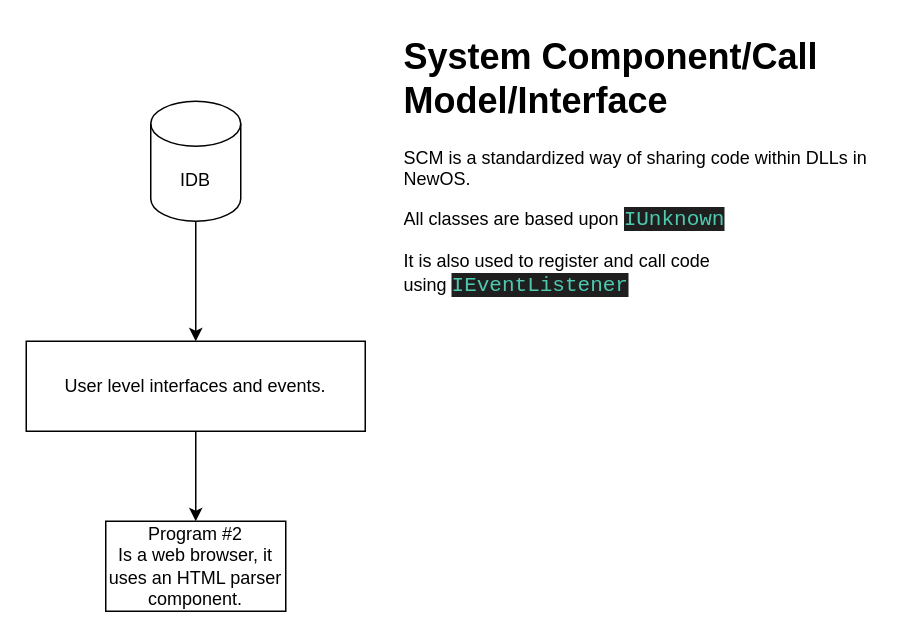
Above: dev/SCI/scm-design.drawio in nekernel-org/nekernel (draw.io), before the change. Source tidied: cells renumbered, new cells numbered last; positions are measured from the earlier drawing's top-left corner, leaving out a move shared by most shapes. Both pictures are drawn from the tidied source at 150%, with x=0, y=0 at pixel (26, 26).
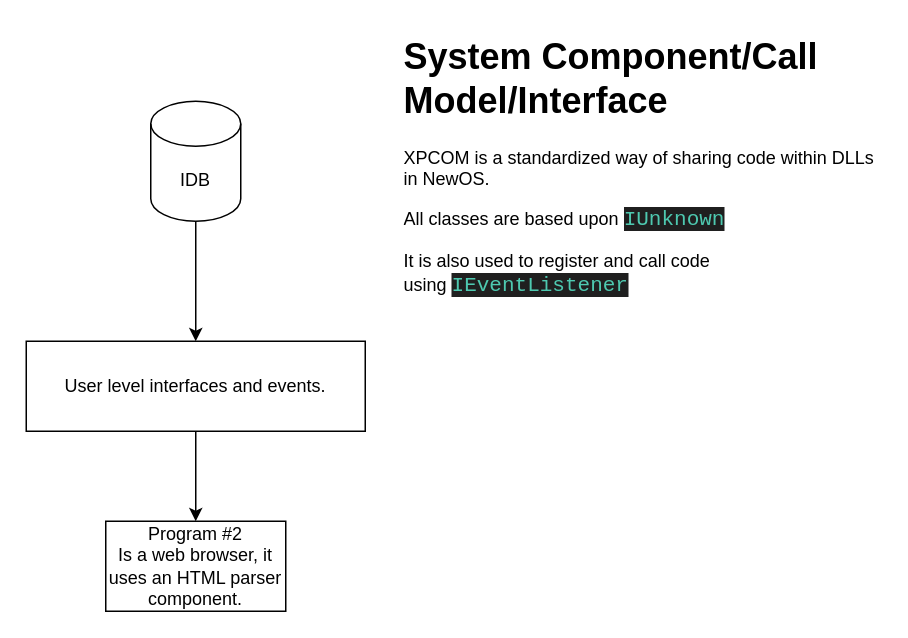
The same page after the edit.

The edit, as a diff of the source:
```diff
@@
 <mxGraphModel>
   <root>
     <mxCell id="0" />
     <mxCell id="1" parent="0" />
     <mxCell id="2" style="edgeStyle=orthogonalEdgeStyle;rounded=0;jettySize=auto;html=1;exitX=0.5;exitY=1;exitDx=0;exitDy=0;entryX=0.5;entryY=0;entryDx=0;entryDy=0;" parent="1" edge="1" source="3" target="6">
       <mxGeometry relative="1" as="geometry" />
     </mxCell>
     <mxCell id="3" value="User level interfaces and events." style="rounded=0;whiteSpace=wrap;html=1;" parent="1" vertex="1">
       <mxGeometry y="210" width="226" height="60" as="geometry" />
     </mxCell>
     <mxCell id="4" style="edgeStyle=orthogonalEdgeStyle;rounded=0;jettySize=auto;html=1;" parent="1" edge="1" source="5" target="3">
       <mxGeometry relative="1" as="geometry" />
     </mxCell>
     <mxCell id="5" value="IDB" style="shape=cylinder3;whiteSpace=wrap;html=1;boundedLbl=1;backgroundOutline=1;size=15;" parent="1" vertex="1">
       <mxGeometry x="83" y="50" width="60" height="80" as="geometry" />
     </mxCell>
     <mxCell id="6" value="Program #2&lt;div&gt;Is a web browser, it uses an HTML parser component.&lt;/div&gt;" style="rounded=0;whiteSpace=wrap;html=1;" parent="1" vertex="1">
       <mxGeometry x="53" y="330" width="120" height="60" as="geometry" />
     </mxCell>
-    <mxCell id="7" value="&lt;h1 style=&quot;margin-top: 0px;&quot;&gt;System Component/Call Model/Interface&lt;/h1&gt;&lt;p&gt;SCM is a standardized way of sharing code within DLLs in NewOS.&lt;/p&gt;&lt;p&gt;All classes are based upon&amp;nbsp;&lt;span style=&quot;color: rgb(78, 201, 176); background-color: rgb(31, 31, 31); font-family: Consolas, &amp;quot;Courier New&amp;quot;, monospace; font-size: 14px;&quot;&gt;IUnknown&lt;/span&gt;&lt;/p&gt;&lt;p&gt;It is also used to register and call code using&amp;nbsp;&lt;span style=&quot;color: rgb(78, 201, 176); background-color: rgb(31, 31, 31); font-family: Consolas, &amp;quot;Courier New&amp;quot;, monospace; font-size: 14px;&quot;&gt;IEventListener&lt;/span&gt;&lt;/p&gt;" style="text;html=1;whiteSpace=wrap;overflow=hidden;rounded=0;" parent="1" vertex="1">
+    <mxCell id="7" value="&lt;h1 style=&quot;margin-top: 0px;&quot;&gt;System Component/Call Model/Interface&lt;/h1&gt;&lt;p&gt;XPCOM is a standardized way of sharing code within DLLs in NewOS.&lt;/p&gt;&lt;p&gt;All classes are based upon&amp;nbsp;&lt;span style=&quot;color: rgb(78, 201, 176); background-color: rgb(31, 31, 31); font-family: Consolas, &amp;quot;Courier New&amp;quot;, monospace; font-size: 14px;&quot;&gt;IUnknown&lt;/span&gt;&lt;/p&gt;&lt;p&gt;It is also used to register and call code using&amp;nbsp;&lt;span style=&quot;color: rgb(78, 201, 176); background-color: rgb(31, 31, 31); font-family: Consolas, &amp;quot;Courier New&amp;quot;, monospace; font-size: 14px;&quot;&gt;IEventListener&lt;/span&gt;&lt;/p&gt;" style="text;html=1;whiteSpace=wrap;overflow=hidden;rounded=0;" parent="1" vertex="1">
       <mxGeometry x="250" width="320" height="240" as="geometry" />
     </mxCell>
   </root>
 </mxGraphModel>
```
